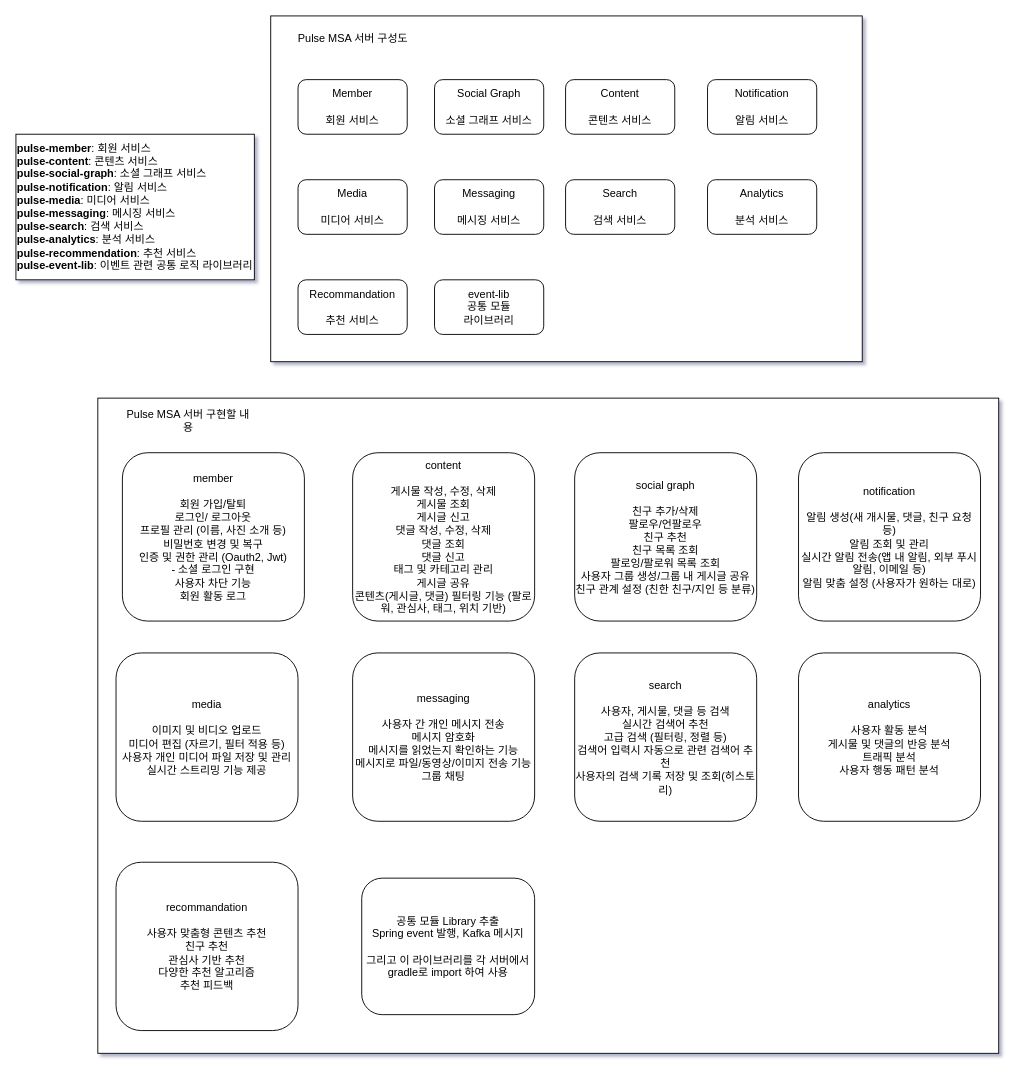
AmazingEffect/pulse-document keeps this draw.io diagram as Pulse-msa.drawio. Above is the earlier version. Source tidied: cells renumbered, new cells numbered last; positions are measured from the earlier drawing's top-left corner, leaving out a move shared by most shapes. Both pictures are drawn from the tidied source at 91%, with x=0, y=0 at pixel (15, 15).
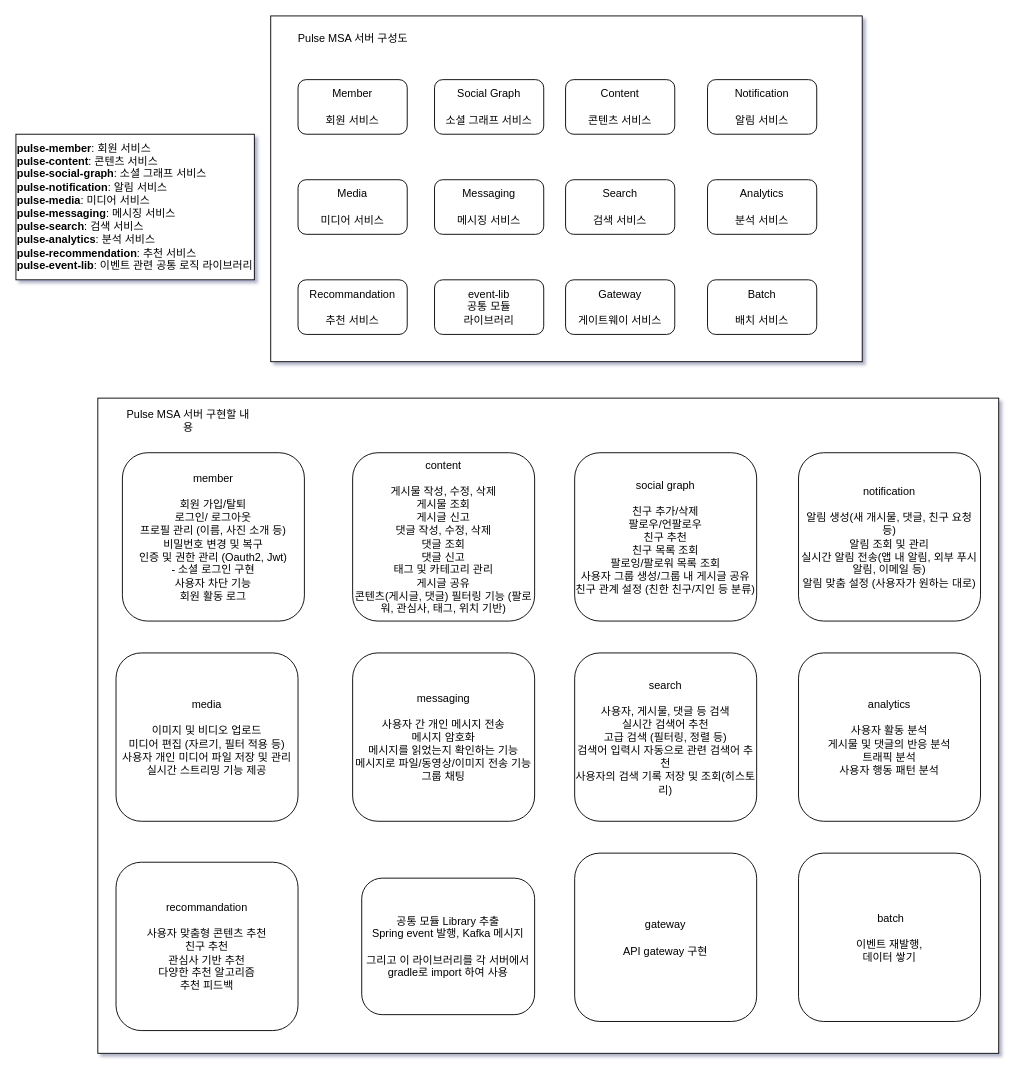
After the change.

Commit message:
feat: gateway, batch 기능 추가

The edit, as a diff of the source:
```diff
@@
+    <mxCell id="27" value="Gateway&lt;br&gt;&lt;br&gt;게이트웨이 서비스" style="rounded=1;whiteSpace=wrap;html=1;" parent="1" vertex="1">
+      <mxGeometry x="604" y="290" width="120" height="60" as="geometry" />
+    </mxCell>
+    <mxCell id="28" value="Batch&lt;br&gt;&lt;br&gt;배치 서비스" style="rounded=1;whiteSpace=wrap;html=1;" parent="1" vertex="1">
+      <mxGeometry x="760" y="290" width="120" height="60" as="geometry" />
+    </mxCell>
+    <mxCell id="29" value="gateway&lt;br&gt;&lt;br&gt;API gateway 구현" style="rounded=1;whiteSpace=wrap;html=1;" parent="1" vertex="1">
+      <mxGeometry x="614" y="920" width="200" height="185" as="geometry" />
+    </mxCell>
+    <mxCell id="30" value="&amp;nbsp;batch&lt;br&gt;&lt;br&gt;이벤트 재발행,&lt;br&gt;데이터 쌓기" style="rounded=1;whiteSpace=wrap;html=1;" parent="1" vertex="1">
+      <mxGeometry x="860" y="920" width="200" height="185" as="geometry" />
+    </mxCell>
```
